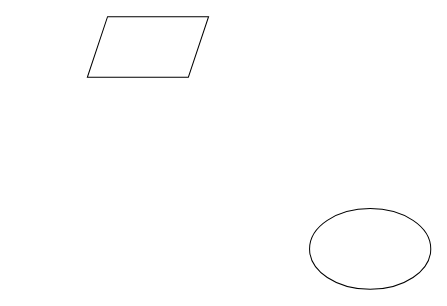
Above: page "第 1 页" (1 of 3) of 未命名绘图.drawio in zhugeyunzhe/- (draw.io), before the change. Source tidied: cells renumbered, new cells numbered last; positions are measured from the earlier drawing's top-left corner, leaving out a move shared by most shapes. Both pictures are drawn from the tidied source at 101%, with x=0, y=0 at pixel (87, 16).
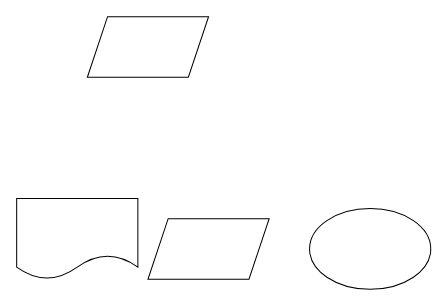
After the change.

Commit message (it also covers changes not shown here):
更新未命名绘图.drawio

What changed in the source:
```diff
@@
 <mxGraphModel>
   <root>
     <mxCell id="0" />
     <mxCell id="1" parent="0" />
     <mxCell id="2" style="ellipse;whiteSpace=wrap;html=1;" parent="1" vertex="1">
       <mxGeometry x="220" y="190" width="120" height="80" as="geometry" />
     </mxCell>
     <mxCell id="3" style="shape=parallelogram;perimeter=parallelogramPerimeter;whiteSpace=wrap;html=1;fixedSize=1;" parent="1" vertex="1">
       <mxGeometry width="120" height="60" as="geometry" />
     </mxCell>
+    <mxCell id="4" style="shape=parallelogram;perimeter=parallelogramPerimeter;whiteSpace=wrap;html=1;fixedSize=1;" parent="1" vertex="1">
+      <mxGeometry x="60" y="200" width="120" height="60" as="geometry" />
+    </mxCell>
+    <mxCell id="5" style="shape=document;whiteSpace=wrap;html=1;boundedLbl=1;" parent="1" vertex="1">
+      <mxGeometry x="-70" y="180" width="120" height="80" as="geometry" />
+    </mxCell>
   </root>
 </mxGraphModel>
```
